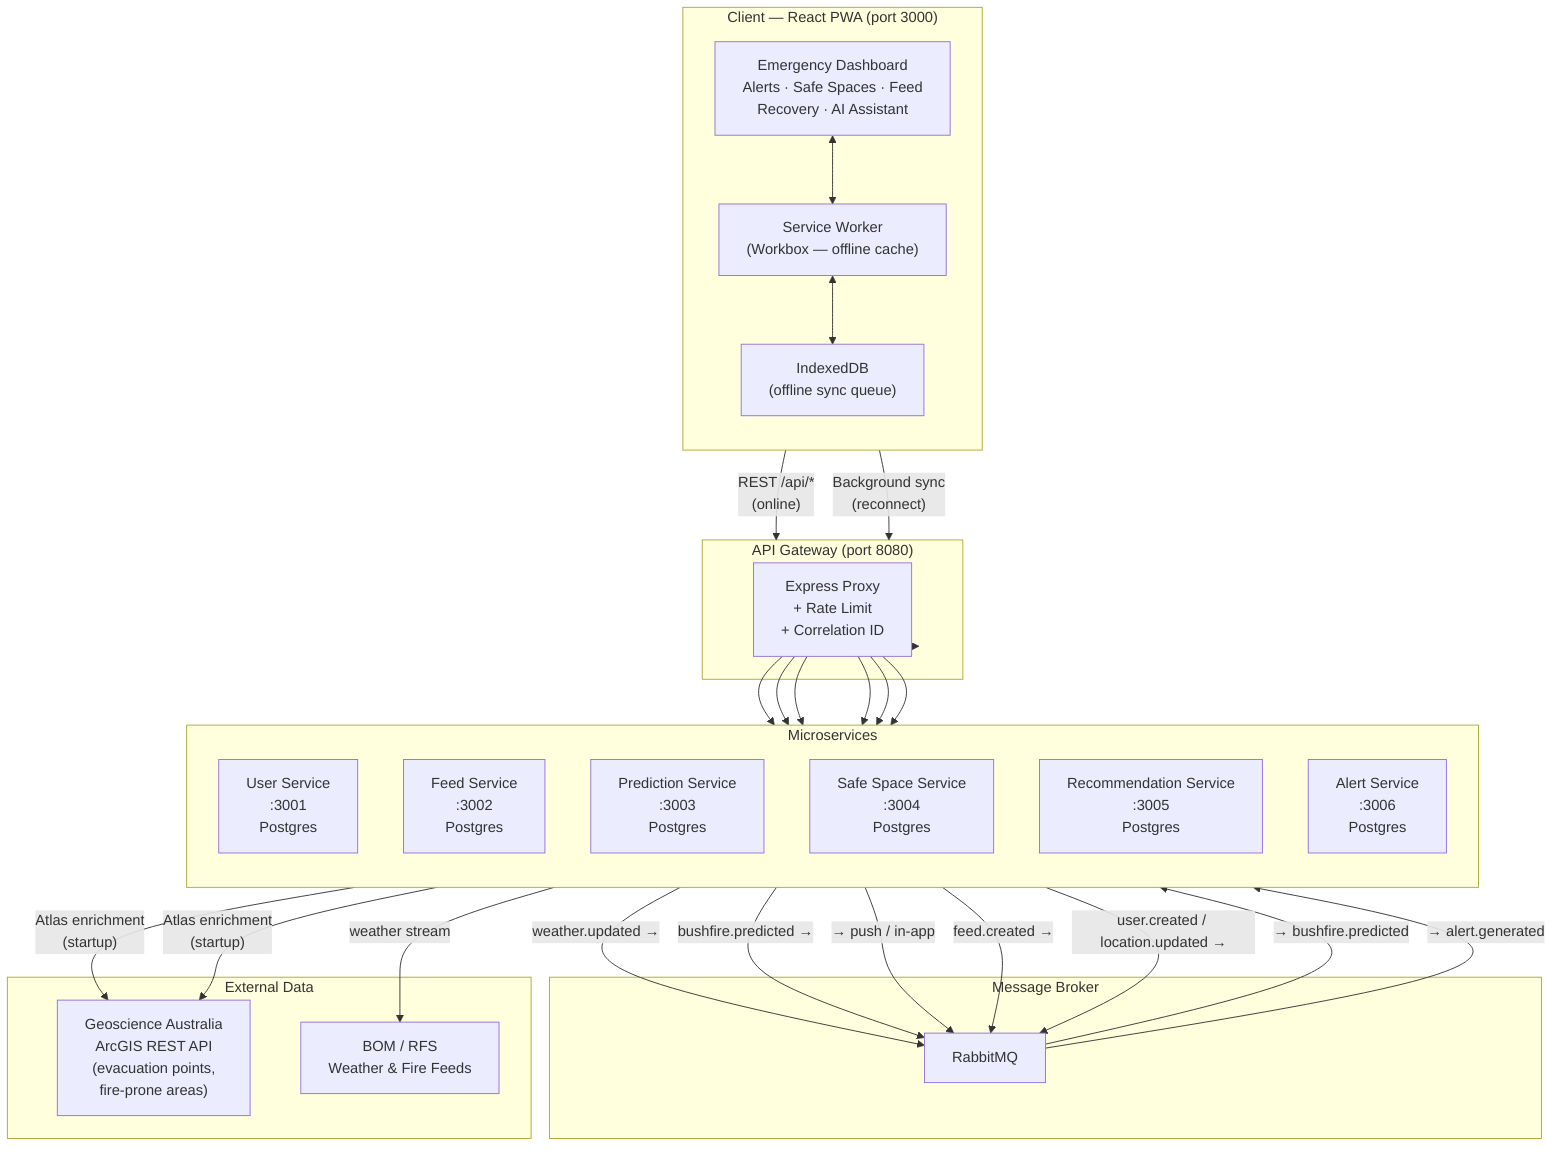
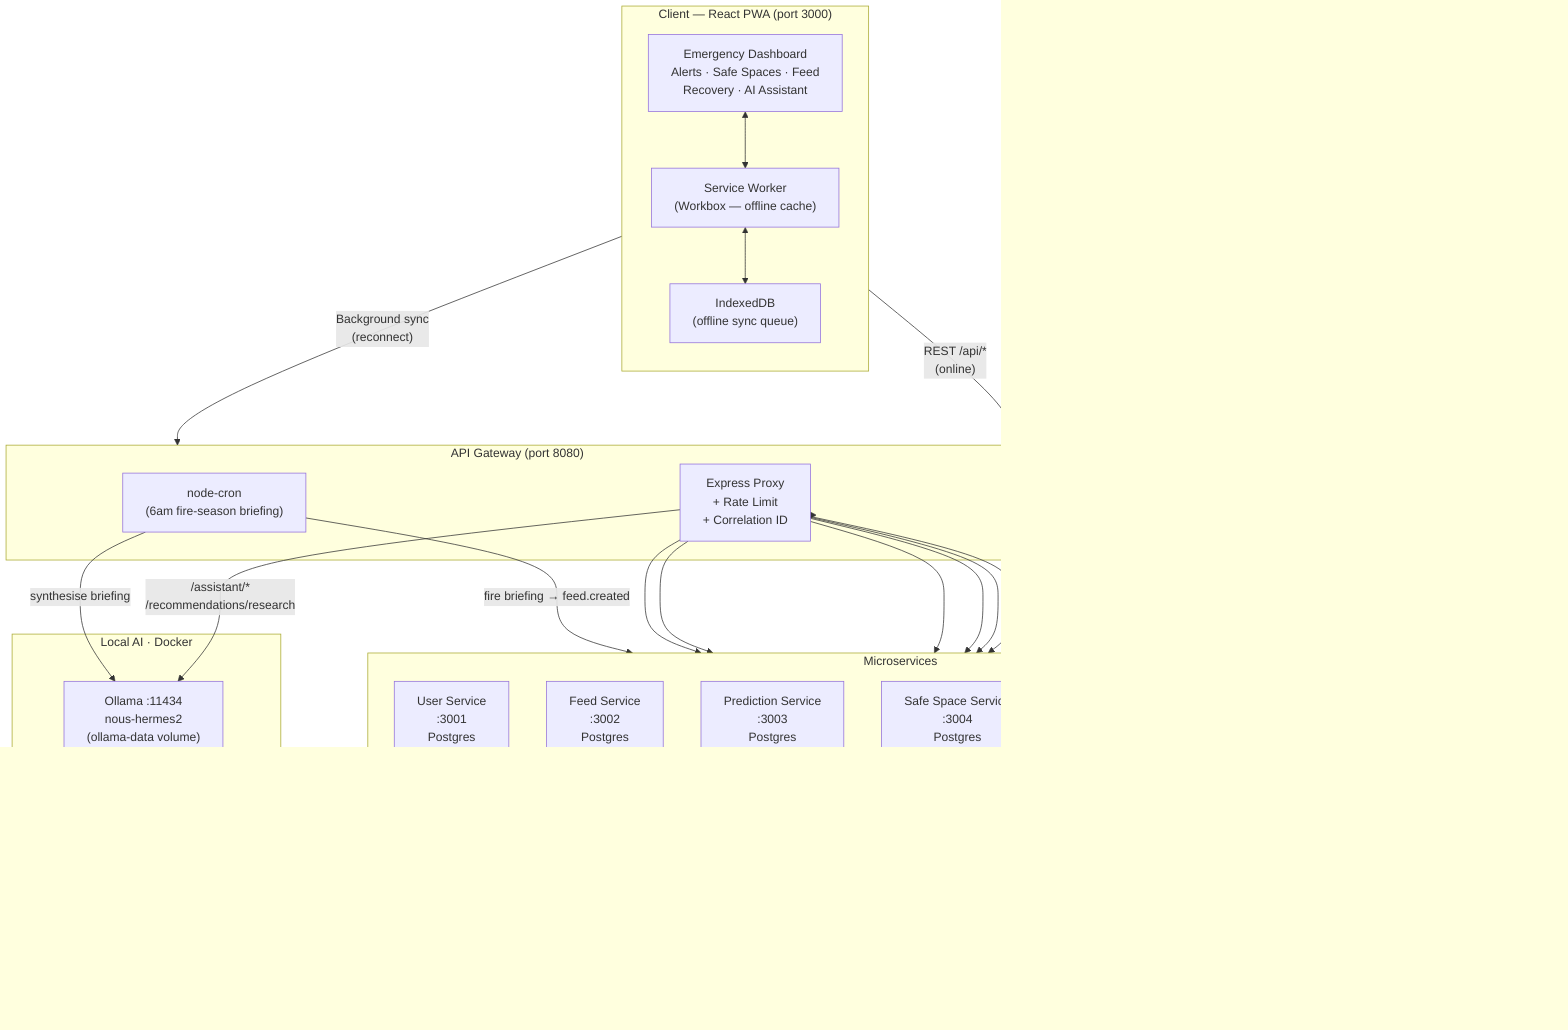
flowchart TB
    subgraph client["Client — React PWA (port 3000)"]
        direction TB
        UI["Emergency Dashboard\nAlerts · Safe Spaces · Feed\nRecovery · AI Assistant"]
        SW["Service Worker\n(Workbox — offline cache)"]
        IDB["IndexedDB\n(offline sync queue)"]
        UI <--> SW
        SW <--> IDB
    end

    subgraph gateway["API Gateway (port 8080)"]
        GW["Express Proxy\n+ Rate Limit\n+ Correlation ID"]
+         CRON["node-cron\n(6am fire-season briefing)"]
+     end
+ 
+     subgraph ai["Local AI · Docker"]
+         OL["Ollama :11434\nnous-hermes2\n(ollama-data volume)"]
    end

    subgraph broker["Message Broker"]
        MQ["RabbitMQ"]
    end

    subgraph services["Microservices"]
        direction TB
        US["User Service\n:3001\nPostgres"]
        FS["Feed Service\n:3002\nPostgres"]
        PS["Prediction Service\n:3003\nPostgres"]
        SS["Safe Space Service\n:3004\nPostgres"]
        RS["Recommendation Service\n:3005\nPostgres"]
        AS["Alert Service\n:3006\nPostgres"]
    end

    subgraph data["External Data"]
        GA["Geoscience Australia\nArcGIS REST API\n(evacuation points,\nfire-prone areas)"]
        BOM["BOM / RFS\nWeather & Fire Feeds"]
    end

    client -->|"REST /api/*\n(online)"| gateway
    SW -->|"Background sync\n(reconnect)"| gateway
    gateway --> GW
+     GW -->|"/assistant/*\n/recommendations/research"| OL
    GW --> US & FS & PS & SS & RS & AS
+     CRON -->|"synthesise briefing"| OL
+     CRON -->|"fire briefing → feed.created"| FS

    PS -->|"weather.updated →"| MQ
    MQ -->|"→ bushfire.predicted"| PS
    PS -->|"bushfire.predicted →"| MQ
    MQ -->|"→ alert.generated"| AS
    AS -->|"→ push / in-app"| MQ
    FS -->|"feed.created →"| MQ
    US -->|"user.created / location.updated →"| MQ

    SS -->|"Atlas enrichment\n(startup)"| GA
    PS -->|"Atlas enrichment\n(startup)"| GA
    PS -->|"weather stream"| BOM
